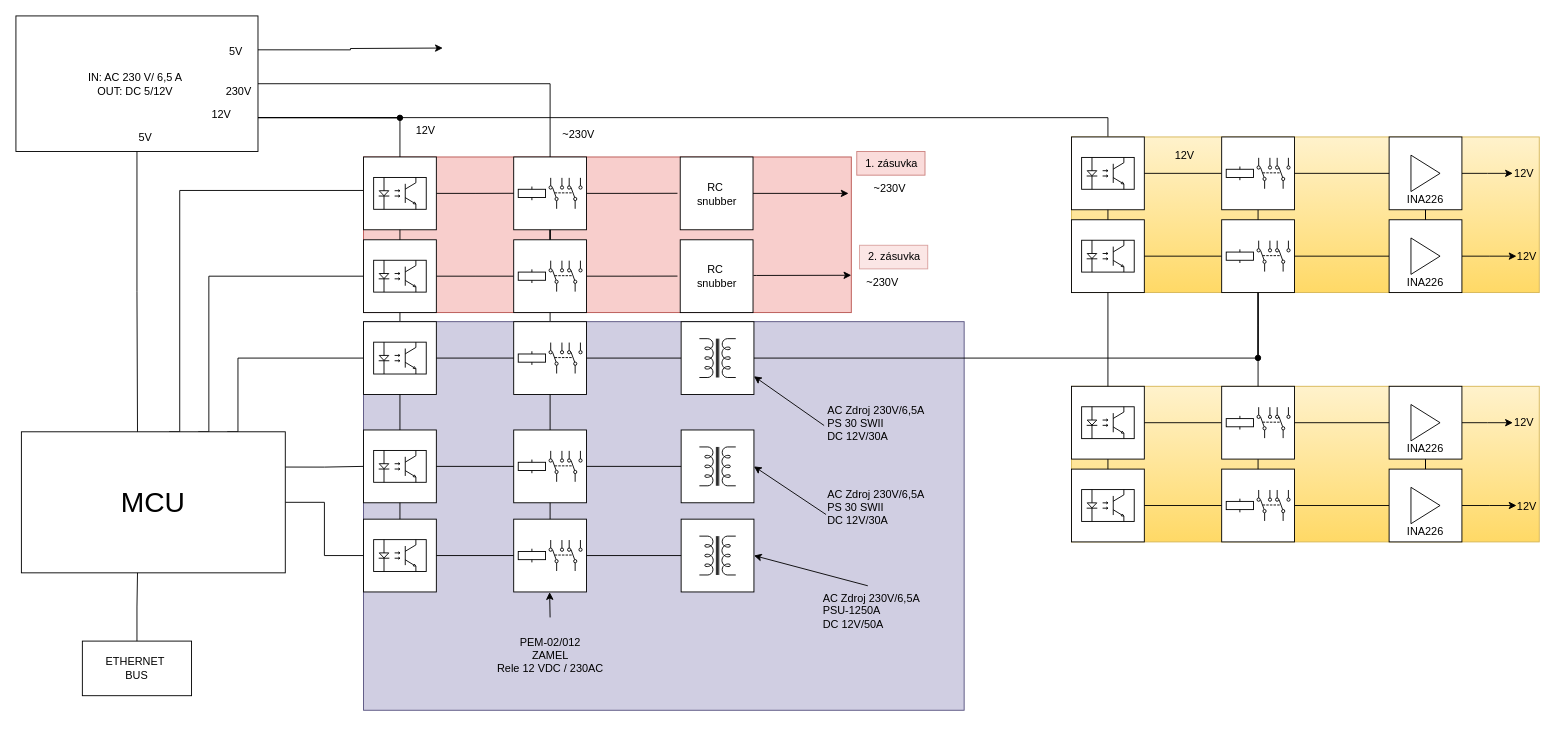
The draw.io diagram blokove_schema.drawio in AdminTextilka/Bakalarka, before the edit. Source tidied: cells renumbered, new cells numbered last; positions are measured from the earlier drawing's top-left corner, leaving out a move shared by most shapes. Both pictures are drawn from the tidied source at 91%, with x=0, y=0 at pixel (15, 15).
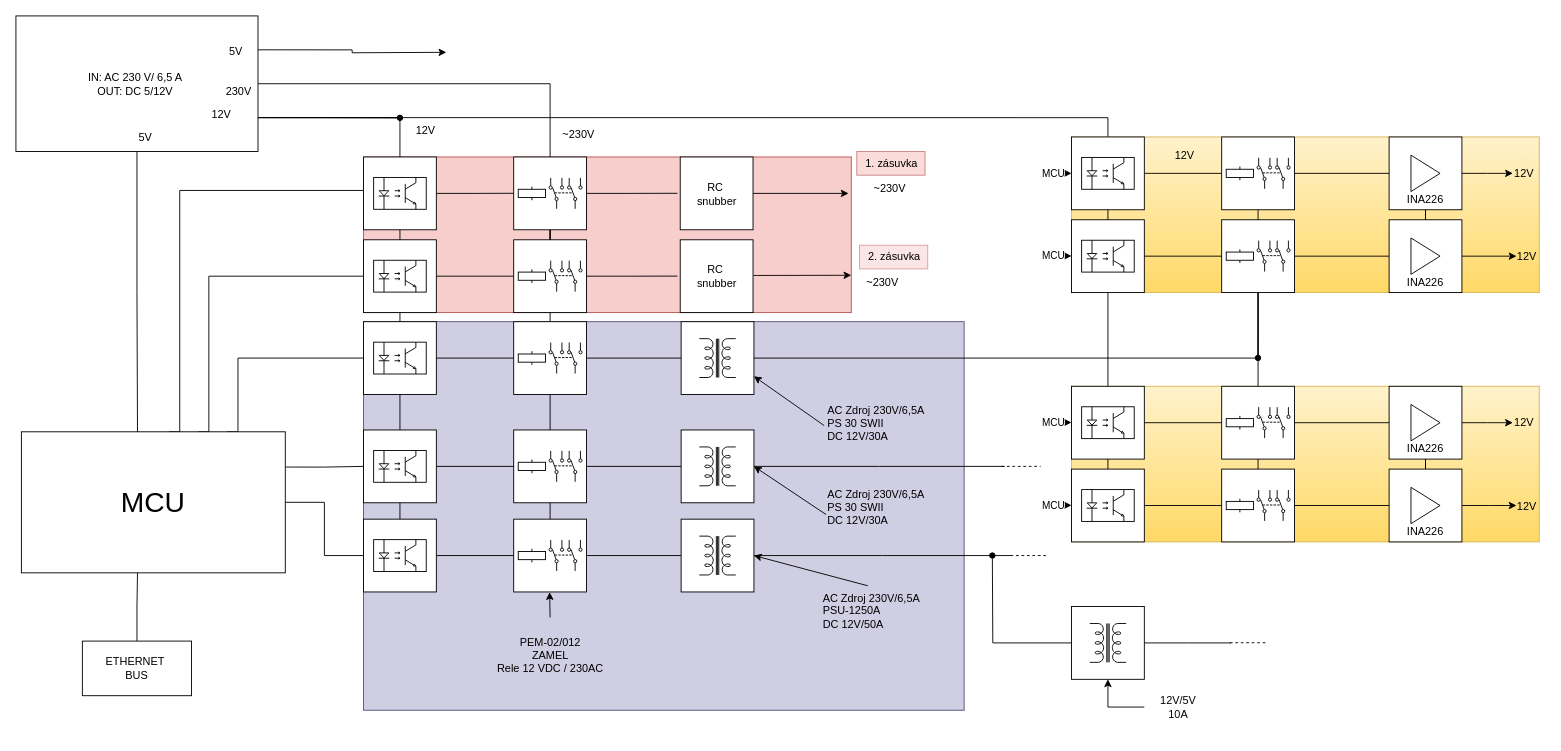
The same page after the edit.

The change refers to these unchanged cells:
```xml
<mxCell id="51" value="IN: AC 230 V/ 6,5 A&amp;nbsp;&lt;br&gt;OUT: DC 5/12V&amp;nbsp;" style="rounded=0;whiteSpace=wrap;html=1;" parent="1" vertex="1">
  <mxGeometry width="266" height="149" as="geometry" />
</mxCell>
<mxCell id="72" style="group;" parent="57" vertex="1">
  <mxGeometry x="349" y="119" width="80" height="80" as="geometry" />
</mxCell>
<mxCell id="73" style="whiteSpace=wrap;html=1;" parent="72" vertex="1">
  <mxGeometry width="80" height="80" as="geometry" />
</mxCell>
<mxCell id="88" style="group;" parent="57" vertex="1">
  <mxGeometry x="349" y="217" width="80" height="80" as="geometry" />
</mxCell>
<mxCell id="89" style="whiteSpace=wrap;html=1;" parent="88" vertex="1">
  <mxGeometry width="80" height="80" as="geometry" />
</mxCell>
<mxCell id="109" style="group;" parent="107" vertex="1">
  <mxGeometry width="100" height="80" as="geometry" />
</mxCell>
<mxCell id="110" style="whiteSpace=wrap;html=1;" parent="109" vertex="1">
  <mxGeometry width="80" height="80" as="geometry" />
</mxCell>
```

Change to the diagram source:
```diff
@@
     <mxCell id="47" style="edgeStyle=orthogonalEdgeStyle;rounded=0;jettySize=auto;html=1;exitX=1;exitY=0.25;exitDx=0;exitDy=0;" parent="1" edge="1" source="51">
       <mxGeometry relative="1" as="geometry">
-        <mxPoint x="469.1" y="35.3" as="targetPoint" />
+        <mxPoint x="473" y="40" as="targetPoint" />
       </mxGeometry>
     </mxCell>
@@
+    <mxCell id="173" style="edgeStyle=orthogonalEdgeStyle;rounded=0;jettySize=auto;html=1;exitX=1;exitY=0.5;exitDx=0;exitDy=0;endArrow=none;endFill=0;" parent="72" edge="1" source="73">
+      <mxGeometry relative="1" as="geometry">
+        <mxPoint x="355.6" y="40" as="targetPoint" />
+      </mxGeometry>
+    </mxCell>
@@
+    <mxCell id="174" style="edgeStyle=orthogonalEdgeStyle;rounded=0;jettySize=auto;html=1;exitX=1;exitY=0.5;exitDx=0;exitDy=0;endArrow=none;endFill=0;" parent="88" edge="1" source="89">
+      <mxGeometry relative="1" as="geometry">
+        <mxPoint x="362.5" y="40" as="targetPoint" />
+      </mxGeometry>
+    </mxCell>
@@
+    <mxCell id="175" style="edgeStyle=orthogonalEdgeStyle;rounded=0;jettySize=auto;html=1;exitX=0;exitY=0.5;exitDx=0;exitDy=0;endArrow=none;endFill=0;startArrow=classic;startFill=1;" parent="109" edge="1" source="110">
+      <mxGeometry relative="1" as="geometry">
+        <mxPoint x="-21.4" y="40.3" as="targetPoint" />
+      </mxGeometry>
+    </mxCell>
+    <mxCell id="176" value="MCU" style="edgeLabel;html=1;align=center;verticalAlign=middle;" parent="175" vertex="1">
+      <mxGeometry x="0.92" y="1" relative="1" as="geometry" />
+    </mxCell>
@@
+    <mxCell id="177" style="endArrow=none;dashed=1;html=1;rounded=0;" parent="1" edge="1">
+      <mxGeometry relative="1" as="geometry">
+        <mxPoint x="1083" y="495" as="sourcePoint" />
+        <mxPoint x="1126" y="495" as="targetPoint" />
+      </mxGeometry>
+    </mxCell>
+    <mxCell id="178" style="endArrow=none;dashed=1;html=1;rounded=0;" parent="1" edge="1">
+      <mxGeometry relative="1" as="geometry">
+        <mxPoint x="1093" y="593" as="sourcePoint" />
+        <mxPoint x="1132" y="593" as="targetPoint" />
+      </mxGeometry>
+    </mxCell>
+    <mxCell id="179" style="edgeStyle=orthogonalEdgeStyle;rounded=0;jettySize=auto;html=1;exitX=0;exitY=0.5;exitDx=0;exitDy=0;endArrow=oval;endFill=1;" parent="1" edge="1" source="181">
+      <mxGeometry relative="1" as="geometry">
+        <mxPoint x="1073" y="593" as="targetPoint" />
+      </mxGeometry>
+    </mxCell>
+    <mxCell id="180" style="edgeStyle=orthogonalEdgeStyle;rounded=0;jettySize=auto;html=1;exitX=1;exitY=0.5;exitDx=0;exitDy=0;endArrow=none;endFill=0;" parent="1" edge="1" source="181">
+      <mxGeometry relative="1" as="geometry">
+        <mxPoint x="1335.2" y="689" as="targetPoint" />
+      </mxGeometry>
+    </mxCell>
+    <mxCell id="181" style="whiteSpace=wrap;html=1;" parent="1" vertex="1">
+      <mxGeometry x="1160" y="649" width="80" height="80" as="geometry" />
+    </mxCell>
+    <mxCell id="182" style="verticalLabelPosition=bottom;shadow=0;dashed=0;align=center;html=1;verticalAlign=top;shape=mxgraph.electrical.inductors.transformer_2;rotation=-90;" parent="1" vertex="1">
+      <mxGeometry x="1178.7" y="669" width="42.7" height="40" as="geometry" />
+    </mxCell>
+    <mxCell id="183" style="edgeStyle=orthogonalEdgeStyle;rounded=0;jettySize=auto;html=1;exitX=0;exitY=0.5;exitDx=0;exitDy=0;entryX=0.5;entryY=1;entryDx=0;entryDy=0;" parent="1" edge="1" source="184" target="181">
+      <mxGeometry relative="1" as="geometry" />
+    </mxCell>
+    <mxCell id="184" value="12V/5V&lt;br&gt;10A" style="text;html=1;align=center;verticalAlign=middle;whiteSpace=wrap;rounded=0;" parent="1" vertex="1">
+      <mxGeometry x="1240" y="729" width="75" height="61" as="geometry" />
+    </mxCell>
+    <mxCell id="185" style="endArrow=none;dashed=1;html=1;rounded=0;" parent="1" edge="1">
+      <mxGeometry relative="1" as="geometry">
+        <mxPoint x="1334" y="688.8" as="sourcePoint" />
+        <mxPoint x="1373" y="688.8" as="targetPoint" />
+      </mxGeometry>
+    </mxCell>
+    <mxCell id="186" style="edgeStyle=orthogonalEdgeStyle;rounded=0;orthogonalLoop=1;jettySize=auto;html=1;exitX=0;exitY=0.5;exitDx=0;exitDy=0;endArrow=none;endFill=0;startArrow=classic;startFill=1;" parent="1" edge="1">
+      <mxGeometry relative="1" as="geometry">
+        <mxPoint x="1160" y="263.8" as="sourcePoint" />
+        <mxPoint x="1138.6" y="264.1" as="targetPoint" />
+      </mxGeometry>
+    </mxCell>
+    <mxCell id="187" value="MCU" style="edgeLabel;html=1;align=center;verticalAlign=middle;" parent="186" vertex="1">
+      <mxGeometry x="0.92" y="1" relative="1" as="geometry" />
+    </mxCell>
+    <mxCell id="188" style="edgeStyle=orthogonalEdgeStyle;rounded=0;orthogonalLoop=1;jettySize=auto;html=1;exitX=0;exitY=0.5;exitDx=0;exitDy=0;endArrow=none;endFill=0;startArrow=classic;startFill=1;" parent="1" edge="1">
+      <mxGeometry relative="1" as="geometry">
+        <mxPoint x="1160" y="446.8" as="sourcePoint" />
+        <mxPoint x="1138.6" y="447.1" as="targetPoint" />
+      </mxGeometry>
+    </mxCell>
+    <mxCell id="189" value="MCU" style="edgeLabel;html=1;align=center;verticalAlign=middle;" parent="188" vertex="1">
+      <mxGeometry x="0.92" y="1" relative="1" as="geometry" />
+    </mxCell>
+    <mxCell id="190" style="edgeStyle=orthogonalEdgeStyle;rounded=0;orthogonalLoop=1;jettySize=auto;html=1;exitX=0;exitY=0.5;exitDx=0;exitDy=0;endArrow=none;endFill=0;startArrow=classic;startFill=1;" parent="1" edge="1">
+      <mxGeometry relative="1" as="geometry">
+        <mxPoint x="1160" y="537.8" as="sourcePoint" />
+        <mxPoint x="1138.6" y="538.1" as="targetPoint" />
+      </mxGeometry>
+    </mxCell>
+    <mxCell id="191" value="MCU" style="edgeLabel;html=1;align=center;verticalAlign=middle;" parent="190" vertex="1">
+      <mxGeometry x="0.92" y="1" relative="1" as="geometry" />
+    </mxCell>
```
